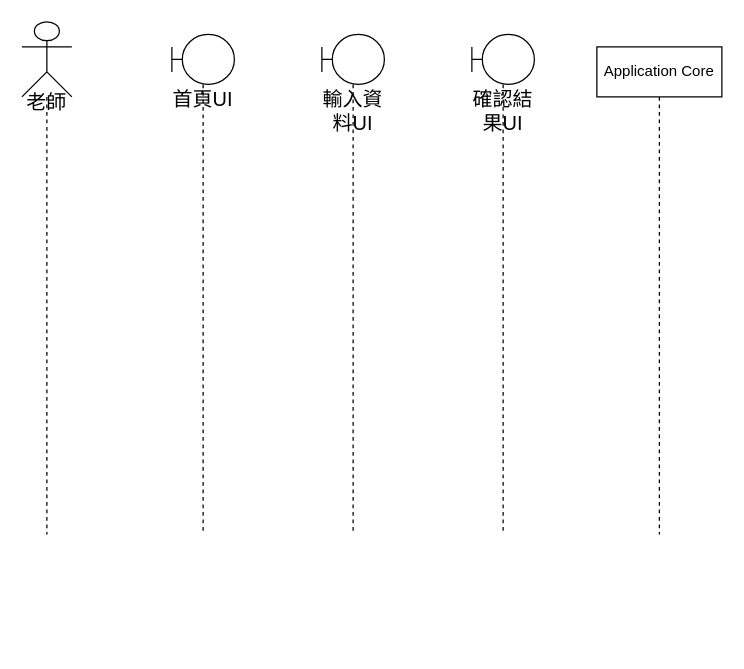
Kevincheng0804/System-analysis keeps this draw.io diagram as UI循序圖(蒐集備課資料).drawio. Above is the earlier version. Source tidied: cells renumbered, new cells numbered last; positions are measured from the earlier drawing's top-left corner, leaving out a move shared by most shapes. Both pictures are drawn from the tidied source at 125%, with x=0, y=0 at pixel (21, 21).
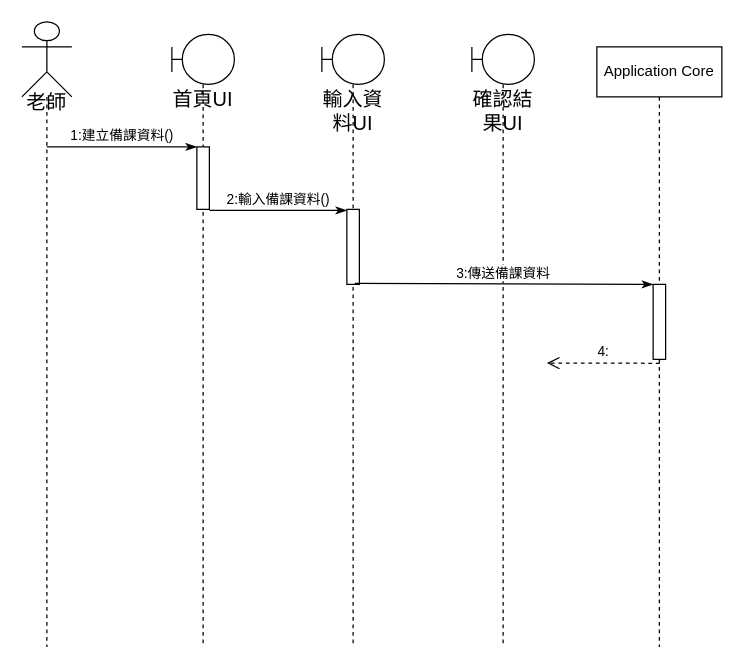
The same diagram, later.

Change to the diagram source:
```diff
@@
 <mxGraphModel>
   <root>
     <mxCell id="0" />
     <mxCell id="1" parent="0" />
     <mxCell id="2" value="&lt;p&gt;&lt;font style=&quot;font-size: 16px;&quot;&gt;老師&lt;/font&gt;&lt;/p&gt;" style="shape=umlLifeline;participant=umlActor;perimeter=lifelinePerimeter;whiteSpace=wrap;html=1;verticalAlign=top;spacingTop=36;size=60;align=center;" parent="1" vertex="1">
-      <mxGeometry width="40" height="410" as="geometry" />
+      <mxGeometry width="40" height="500" as="geometry" />
     </mxCell>
     <mxCell id="3" value="首頁UI" style="shape=umlLifeline;participant=umlBoundary;perimeter=lifelinePerimeter;whiteSpace=wrap;html=1;verticalAlign=top;spacingTop=36;fontSize=16;" parent="1" vertex="1">
-      <mxGeometry x="120" y="10" width="50" height="400" as="geometry" />
+      <mxGeometry x="120" y="10" width="50" height="490" as="geometry" />
     </mxCell>
+    <mxCell id="7" style="html=1;points=[];perimeter=orthogonalPerimeter;" parent="3" vertex="1">
+      <mxGeometry x="20" y="90" width="10" height="50" as="geometry" />
+    </mxCell>
     <mxCell id="4" value="輸入資料UI" style="shape=umlLifeline;participant=umlBoundary;perimeter=lifelinePerimeter;whiteSpace=wrap;html=1;verticalAlign=top;spacingTop=36;fontSize=16;" parent="1" vertex="1">
-      <mxGeometry x="240" y="10" width="50" height="400" as="geometry" />
+      <mxGeometry x="240" y="10" width="50" height="490" as="geometry" />
     </mxCell>
+    <mxCell id="8" style="html=1;points=[];perimeter=orthogonalPerimeter;" parent="4" vertex="1">
+      <mxGeometry x="20" y="140" width="10" height="60" as="geometry" />
+    </mxCell>
     <mxCell id="5" value="確認結果UI" style="shape=umlLifeline;participant=umlBoundary;perimeter=lifelinePerimeter;whiteSpace=wrap;html=1;verticalAlign=top;spacingTop=36;fontSize=16;" parent="1" vertex="1">
-      <mxGeometry x="360" y="10" width="50" height="400" as="geometry" />
+      <mxGeometry x="360" y="10" width="50" height="490" as="geometry" />
     </mxCell>
     <mxCell id="6" value="Application Core" style="shape=umlLifeline;perimeter=lifelinePerimeter;whiteSpace=wrap;html=1;" parent="1" vertex="1">
-      <mxGeometry x="460" y="20" width="100" height="390" as="geometry" />
+      <mxGeometry x="460" y="20" width="100" height="480" as="geometry" />
     </mxCell>
+    <mxCell id="9" style="html=1;points=[];perimeter=orthogonalPerimeter;" parent="6" vertex="1">
+      <mxGeometry x="45" y="190" width="10" height="60" as="geometry" />
+    </mxCell>
+    <mxCell id="10" value="1:建立備課資料()" style="html=1;verticalAlign=bottom;endArrow=classicThin;endFill=1;" parent="1" edge="1" target="7">
+      <mxGeometry relative="1" as="geometry">
+        <mxPoint x="20" y="100" as="sourcePoint" />
+      </mxGeometry>
+    </mxCell>
+    <mxCell id="11" value="2:輸入備課資料()" style="html=1;verticalAlign=bottom;endArrow=classicThin;endFill=1;exitX=1.016;exitY=1.017;exitDx=0;exitDy=0;exitPerimeter=0;" parent="1" edge="1" source="7" target="8">
+      <mxGeometry relative="1" as="geometry" />
+    </mxCell>
+    <mxCell id="12" value="3:傳送備課資料" style="html=1;verticalAlign=bottom;endArrow=classicThin;endFill=1;exitX=0.64;exitY=0.988;exitDx=0;exitDy=0;exitPerimeter=0;" parent="1" edge="1" source="8" target="9">
+      <mxGeometry relative="1" as="geometry" />
+    </mxCell>
+    <mxCell id="13" value="4:" style="html=1;verticalAlign=bottom;endArrow=open;dashed=1;endSize=8;exitX=0.521;exitY=1.052;exitDx=0;exitDy=0;exitPerimeter=0;" parent="1" edge="1" source="9">
+      <mxGeometry relative="1" as="geometry">
+        <mxPoint x="420" y="273" as="targetPoint" />
+      </mxGeometry>
+    </mxCell>
   </root>
 </mxGraphModel>
```
